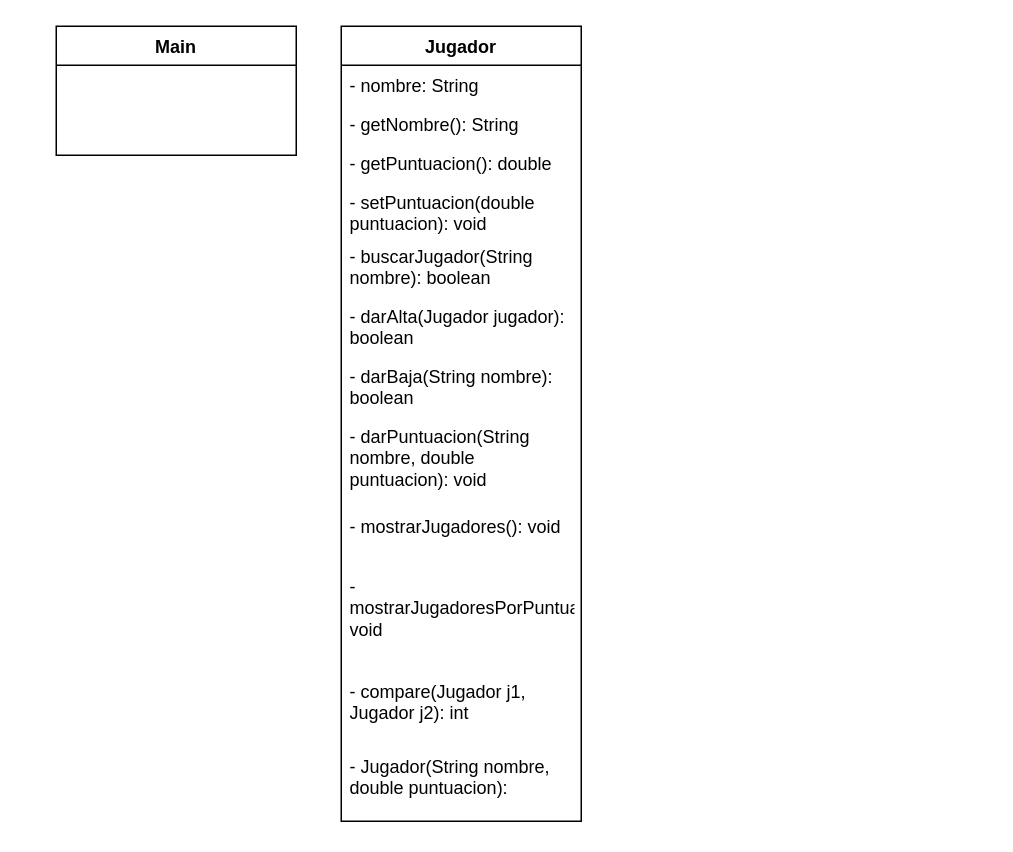
Earlier version of the draw.io diagram UML.drawio (Javiergrandealo/POO-1). Source tidied: cells renumbered, new cells numbered last; positions are measured from the earlier drawing's top-left corner, leaving out a move shared by most shapes. Both pictures are drawn from the tidied source at 150%, with x=0, y=0 at pixel (56, 26).
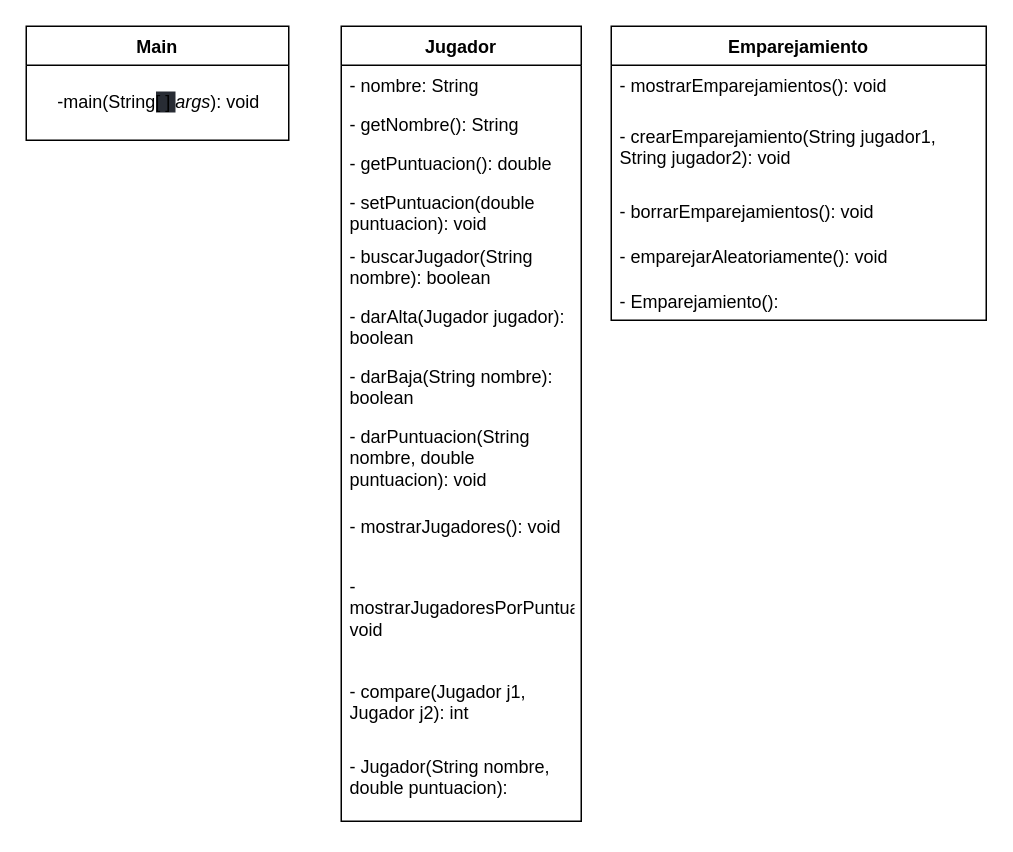
Above is the later version.

Commit message (it also covers changes not shown here):
uml hecho y cambios menores

What changed in the source:
```diff
@@
     <mxCell id="2" value="Main" style="swimlane;fontStyle=1;align=center;verticalAlign=top;horizontal=1;startSize=26;whiteSpace=wrap;html=1;" parent="1" vertex="1">
-      <mxGeometry width="160" height="86" as="geometry" />
+      <mxGeometry x="-20" width="175" height="76" as="geometry" />
     </mxCell>
+    <mxCell id="16" value="&lt;p&gt;-main(&lt;font style=&quot;font-size: 12px;&quot;&gt;String&lt;span style=&quot;background-color: rgb(40, 44, 52);&quot;&gt;[ ] &lt;/span&gt;&lt;span style=&quot;font-style: italic;&quot;&gt;args&lt;/span&gt;&lt;/font&gt;&lt;span style=&quot;background-color: initial;&quot;&gt;): void&lt;/span&gt;&lt;/p&gt;" style="text;html=1;align=center;verticalAlign=middle;strokeColor=none;fillColor=none;" parent="2" vertex="1">
+      <mxGeometry y="26" width="175" height="50" as="geometry" />
+    </mxCell>
@@
+    <mxCell id="17" value="Emparejamiento" style="swimlane;fontStyle=1;align=center;verticalAlign=top;horizontal=1;startSize=26;whiteSpace=wrap;html=1;" parent="1" vertex="1">
+      <mxGeometry x="370" width="250" height="196" as="geometry" />
+    </mxCell>
+    <mxCell id="18" value="- mostrarEmparejamientos(): void" style="text;strokeColor=none;fillColor=none;align=left;verticalAlign=top;spacingLeft=4;spacingRight=4;overflow=hidden;whiteSpace=wrap;html=1;" parent="17" vertex="1">
+      <mxGeometry y="26" width="250" height="34" as="geometry" />
+    </mxCell>
+    <mxCell id="19" value="- crearEmparejamiento(String jugador1, String jugador2): void" style="text;strokeColor=none;fillColor=none;align=left;verticalAlign=top;spacingLeft=4;spacingRight=4;overflow=hidden;whiteSpace=wrap;html=1;" parent="17" vertex="1">
+      <mxGeometry y="60" width="250" height="50" as="geometry" />
+    </mxCell>
+    <mxCell id="20" value="- borrarEmparejamientos(): void" style="text;strokeColor=none;fillColor=none;align=left;verticalAlign=top;spacingLeft=4;spacingRight=4;overflow=hidden;whiteSpace=wrap;html=1;" parent="17" vertex="1">
+      <mxGeometry y="110" width="250" height="30" as="geometry" />
+    </mxCell>
+    <mxCell id="21" value="- emparejarAleatoriamente(): void" style="text;strokeColor=none;fillColor=none;align=left;verticalAlign=top;spacingLeft=4;spacingRight=4;overflow=hidden;whiteSpace=wrap;html=1;" parent="17" vertex="1">
+      <mxGeometry y="140" width="250" height="30" as="geometry" />
+    </mxCell>
+    <mxCell id="22" value="- Emparejamiento(): " style="text;strokeColor=none;fillColor=none;align=left;verticalAlign=top;spacingLeft=4;spacingRight=4;overflow=hidden;whiteSpace=wrap;html=1;" parent="17" vertex="1">
+      <mxGeometry y="170" width="250" height="26" as="geometry" />
+    </mxCell>
```
